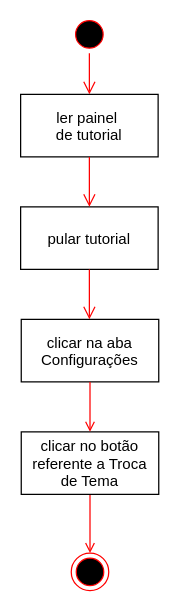
The draw.io diagram diagramas-grade/atvd-troca-tema.drawio in PanicAThePython/tcc_NataliaSensWeise, before the edit. Source tidied: cells renumbered, new cells numbered last; positions are measured from the earlier drawing's top-left corner, leaving out a move shared by most shapes. Both pictures are drawn from the tidied source at 125%, with x=0, y=0 at pixel (20, 15).
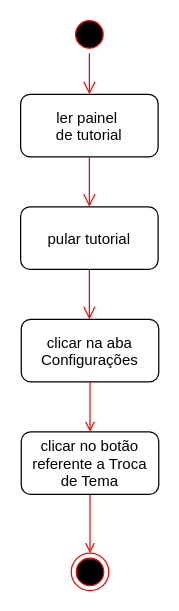
The same diagram, later.

Change to the diagram source:
```diff
@@
 <mxGraphModel>
   <root>
     <mxCell id="0" />
     <mxCell id="1" parent="0" />
     <mxCell id="2" style="endArrow=open;strokeColor=#FF0000;endFill=1;rounded=0;entryX=0.5;entryY=0;entryDx=0;entryDy=0;exitX=0.5;exitY=1;exitDx=0;exitDy=0;" parent="1" edge="1" source="4" target="6">
       <mxGeometry relative="1" as="geometry" />
     </mxCell>
     <mxCell id="3" style="ellipse;shape=startState;fillColor=#000000;strokeColor=#ff0000;" parent="1" vertex="1">
       <mxGeometry x="40" width="30" height="30" as="geometry" />
     </mxCell>
-    <mxCell id="4" value="clicar no botão&#10;referente a Troca&#10;de Tema" parent="1" vertex="1">
+    <mxCell id="4" value="clicar no botão&#10;referente a Troca&#10;de Tema" style="rounded=1;" parent="1" vertex="1">
       <mxGeometry x="0.5" y="333" width="110" height="50" as="geometry" />
     </mxCell>
-    <mxCell id="5" value="ler painel &#10;de tutorial" parent="1" vertex="1">
+    <mxCell id="5" value="ler painel &#10;de tutorial" style="rounded=1;" parent="1" vertex="1">
       <mxGeometry y="63" width="110" height="50" as="geometry" />
     </mxCell>
     <mxCell id="6" style="ellipse;shape=endState;fillColor=#000000;strokeColor=#ff0000;" parent="1" vertex="1">
       <mxGeometry x="40.5" y="430" width="30" height="30" as="geometry" />
     </mxCell>
-    <mxCell id="7" value="pular tutorial" parent="1" vertex="1">
+    <mxCell id="7" value="pular tutorial" style="rounded=1;" parent="1" vertex="1">
       <mxGeometry y="153" width="110" height="50" as="geometry" />
     </mxCell>
     <mxCell id="8" style="edgeStyle=elbowEdgeStyle;elbow=horizontal;verticalAlign=bottom;endArrow=open;endSize=8;strokeColor=#FF0000;endFill=1;rounded=0;entryX=0.5;entryY=0;entryDx=0;entryDy=0;exitX=0.5;exitY=1;exitDx=0;exitDy=0;" parent="1" edge="1" source="5" target="7">
       <mxGeometry x="-64.5" y="-88" as="geometry" />
     </mxCell>
-    <mxCell id="9" value="clicar na aba&#10;Configurações" parent="1" vertex="1">
+    <mxCell id="9" value="clicar na aba&#10;Configurações" style="rounded=1;" parent="1" vertex="1">
       <mxGeometry x="0.5" y="243" width="110" height="50" as="geometry" />
     </mxCell>
     <mxCell id="10" style="edgeStyle=elbowEdgeStyle;elbow=horizontal;verticalAlign=bottom;endArrow=open;endSize=8;strokeColor=#FF0000;endFill=1;rounded=0;entryX=0.5;entryY=0;entryDx=0;entryDy=0;exitX=0.5;exitY=1;exitDx=0;exitDy=0;" parent="1" edge="1" source="7" target="9">
       <mxGeometry x="-64.5" y="-88" as="geometry" />
     </mxCell>
     <mxCell id="11" style="endArrow=open;strokeColor=#FF0000;endFill=1;rounded=0;exitX=0.5;exitY=1;exitDx=0;exitDy=0;entryX=0.5;entryY=0;entryDx=0;entryDy=0;" parent="1" edge="1" source="9" target="4">
       <mxGeometry relative="1" as="geometry" />
     </mxCell>
     <mxCell id="12" style="edgeStyle=elbowEdgeStyle;elbow=horizontal;verticalAlign=bottom;endArrow=open;endSize=8;strokeColor=#FF0000;endFill=1;rounded=0;entryX=0.5;entryY=0;entryDx=0;entryDy=0;exitX=0.5;exitY=1;exitDx=0;exitDy=0;" parent="1" edge="1" source="3" target="5">
       <mxGeometry x="-64.5" y="-88" as="geometry" />
     </mxCell>
   </root>
 </mxGraphModel>
```
